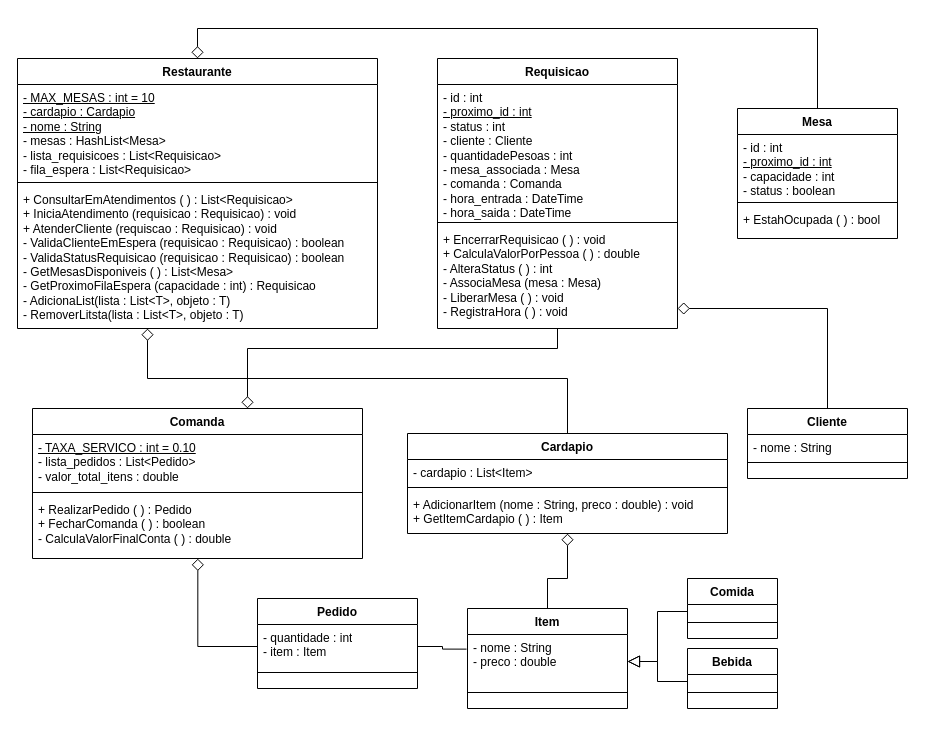
The draw.io diagram docs/Diagramas UML/v3.0/Diagrama UML v3.1.drawio in DisciplinasProgramacao/poo-tp-2024-1-programacao-orientada-a-gambiarra, before the edit. Source tidied: cells renumbered, new cells numbered last; positions are measured from the earlier drawing's top-left corner, leaving out a move shared by most shapes. Both pictures are drawn from the tidied source at 100%, with x=0, y=0 at pixel (17, 28).
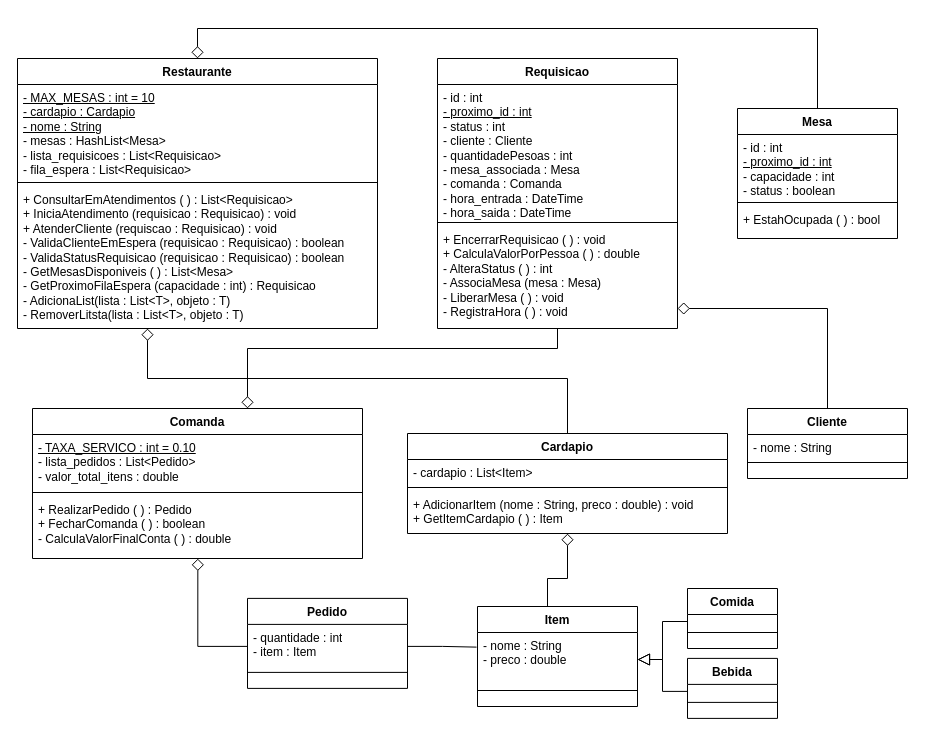
The same page after the edit.

Commit message:
Alteração diagrama UML v3.1

Change to the diagram source:
```diff
@@
     <mxCell id="14" value="Comida" style="swimlane;fontStyle=1;align=center;verticalAlign=top;horizontal=1;startSize=26;whiteSpace=wrap;html=1;" parent="1" vertex="1">
-      <mxGeometry x="670" y="550" width="90" height="60" as="geometry" />
+      <mxGeometry x="670" y="560" width="90" height="60" as="geometry" />
     </mxCell>
@@
-    <mxCell id="16" style="line;strokeWidth=1;fillColor=none;align=left;verticalAlign=middle;spacingTop=-1;spacingLeft=3;spacingRight=3;labelPosition=right;strokeColor=inherit;" parent="14" vertex="1">
-      <mxGeometry y="40" width="90" height="8" as="geometry" />
-    </mxCell>
-    <mxCell id="17" value="&lt;div&gt;&lt;br&gt;&lt;/div&gt;&lt;div&gt;&lt;br&gt;&lt;/div&gt;" style="text;strokeColor=none;fillColor=none;align=left;verticalAlign=top;spacingLeft=4;spacingRight=4;overflow=hidden;whiteSpace=wrap;html=1;" parent="14" vertex="1">
-      <mxGeometry y="48" width="90" height="12" as="geometry" />
-    </mxCell>
+    <mxCell id="51" style="line;strokeWidth=1;fillColor=none;align=left;verticalAlign=middle;spacingTop=-1;spacingLeft=3;spacingRight=3;labelPosition=right;strokeColor=inherit;" parent="14" vertex="1">
+      <mxGeometry y="40" width="90" height="8" as="geometry" />
+    </mxCell>
+    <mxCell id="52" value="&lt;div&gt;&lt;br&gt;&lt;/div&gt;&lt;div&gt;&lt;br&gt;&lt;/div&gt;" style="text;strokeColor=none;fillColor=none;align=left;verticalAlign=top;spacingLeft=4;spacingRight=4;overflow=hidden;whiteSpace=wrap;html=1;" parent="14" vertex="1">
+      <mxGeometry y="48" width="90" height="12" as="geometry" />
+    </mxCell>
     <mxCell id="18" value="Bebida" style="swimlane;fontStyle=1;align=center;verticalAlign=top;horizontal=1;startSize=26;whiteSpace=wrap;html=1;" parent="1" vertex="1">
-      <mxGeometry x="670" y="620" width="90" height="60" as="geometry" />
+      <mxGeometry x="670" y="629.9" width="90" height="60" as="geometry" />
     </mxCell>
@@
-    <mxCell id="20" style="line;strokeWidth=1;fillColor=none;align=left;verticalAlign=middle;spacingTop=-1;spacingLeft=3;spacingRight=3;labelPosition=right;strokeColor=inherit;" parent="18" vertex="1">
-      <mxGeometry y="40" width="90" height="8" as="geometry" />
-    </mxCell>
-    <mxCell id="21" value="&lt;div&gt;&lt;br&gt;&lt;/div&gt;&lt;div&gt;&lt;br&gt;&lt;/div&gt;" style="text;strokeColor=none;fillColor=none;align=left;verticalAlign=top;spacingLeft=4;spacingRight=4;overflow=hidden;whiteSpace=wrap;html=1;" parent="18" vertex="1">
-      <mxGeometry y="48" width="90" height="12" as="geometry" />
-    </mxCell>
+    <mxCell id="53" style="line;strokeWidth=1;fillColor=none;align=left;verticalAlign=middle;spacingTop=-1;spacingLeft=3;spacingRight=3;labelPosition=right;strokeColor=inherit;" parent="18" vertex="1">
+      <mxGeometry y="40" width="90" height="8" as="geometry" />
+    </mxCell>
+    <mxCell id="54" value="&lt;div&gt;&lt;br&gt;&lt;/div&gt;&lt;div&gt;&lt;br&gt;&lt;/div&gt;" style="text;strokeColor=none;fillColor=none;align=left;verticalAlign=top;spacingLeft=4;spacingRight=4;overflow=hidden;whiteSpace=wrap;html=1;" parent="18" vertex="1">
+      <mxGeometry y="48" width="90" height="12" as="geometry" />
+    </mxCell>
@@
     <mxCell id="36" value="Item" style="swimlane;fontStyle=1;align=center;verticalAlign=top;horizontal=1;startSize=26;whiteSpace=wrap;html=1;" parent="1" vertex="1">
-      <mxGeometry x="450" y="580" width="160" height="100" as="geometry" />
+      <mxGeometry x="460" y="578" width="160" height="100" as="geometry" />
     </mxCell>
@@
     <mxCell id="44" value="Pedido" style="swimlane;fontStyle=1;align=center;verticalAlign=top;horizontal=1;startSize=26;whiteSpace=wrap;html=1;" parent="1" vertex="1">
-      <mxGeometry x="240" y="570" width="160" height="90" as="geometry" />
+      <mxGeometry x="230" y="569.9" width="160" height="90" as="geometry" />
     </mxCell>
```
